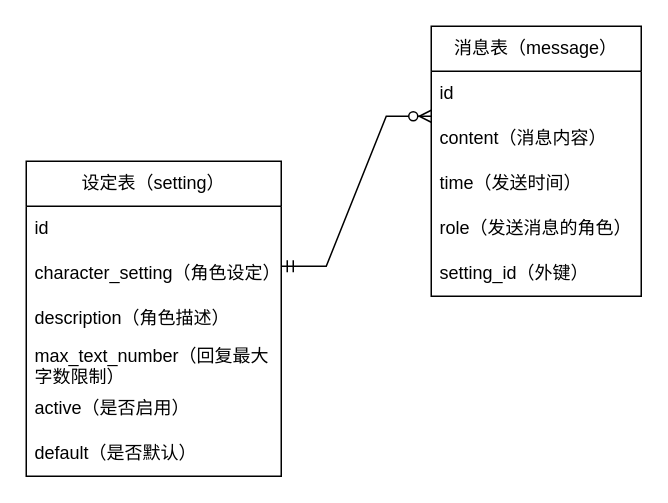
This is document/ER图.drawio from HHepan/chatbot, a draw.io file, before an edit. Source tidied: cells renumbered, new cells numbered last; positions are measured from the earlier drawing's top-left corner, leaving out a move shared by most shapes. Both pictures are drawn from the tidied source at 150%, with x=0, y=0 at pixel (26, 26).
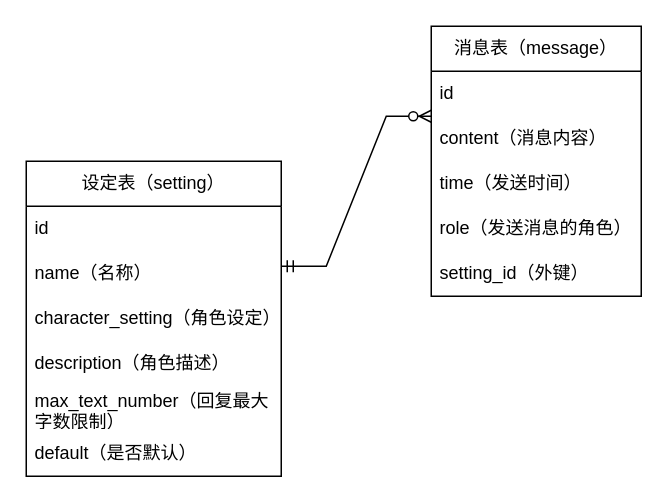
Above is the later version.

The edit, as a diff of the source:
```diff
@@
 <mxGraphModel>
   <root>
     <mxCell id="0" />
     <mxCell id="1" parent="0" />
     <mxCell id="2" value="消息表（message）" style="swimlane;fontStyle=0;horizontal=1;startSize=30;whiteSpace=wrap;html=1;" parent="1" vertex="1">
       <mxGeometry x="270" width="140" height="180" as="geometry" />
     </mxCell>
     <mxCell id="3" value="id" style="text;strokeColor=none;fillColor=none;align=left;verticalAlign=middle;spacingLeft=4;spacingRight=4;overflow=hidden;whiteSpace=wrap;html=1;" parent="2" vertex="1">
       <mxGeometry y="30" width="140" height="30" as="geometry" />
     </mxCell>
     <mxCell id="4" value="content（消息内容）" style="text;strokeColor=none;fillColor=none;align=left;verticalAlign=middle;spacingLeft=4;spacingRight=4;overflow=hidden;whiteSpace=wrap;html=1;" parent="2" vertex="1">
       <mxGeometry y="60" width="140" height="30" as="geometry" />
     </mxCell>
     <mxCell id="5" value="time（发送时间）" style="text;strokeColor=none;fillColor=none;align=left;verticalAlign=middle;spacingLeft=4;spacingRight=4;overflow=hidden;whiteSpace=wrap;html=1;" parent="2" vertex="1">
       <mxGeometry y="90" width="140" height="30" as="geometry" />
     </mxCell>
     <mxCell id="6" value="role（发送消息的角色）" style="text;strokeColor=none;fillColor=none;align=left;verticalAlign=middle;spacingLeft=4;spacingRight=4;overflow=hidden;whiteSpace=wrap;html=1;" parent="2" vertex="1">
       <mxGeometry y="120" width="140" height="30" as="geometry" />
     </mxCell>
     <mxCell id="7" value="setting_id（外键）" style="text;strokeColor=none;fillColor=none;align=left;verticalAlign=middle;spacingLeft=4;spacingRight=4;overflow=hidden;whiteSpace=wrap;html=1;" parent="2" vertex="1">
       <mxGeometry y="150" width="140" height="30" as="geometry" />
     </mxCell>
     <mxCell id="8" value="设定表（setting）" style="swimlane;fontStyle=0;horizontal=1;startSize=30;whiteSpace=wrap;html=1;" parent="1" vertex="1">
       <mxGeometry y="90" width="170" height="210" as="geometry" />
     </mxCell>
     <mxCell id="9" value="id" style="text;strokeColor=none;fillColor=none;align=left;verticalAlign=middle;spacingLeft=4;spacingRight=4;overflow=hidden;whiteSpace=wrap;html=1;" parent="8" vertex="1">
       <mxGeometry y="30" width="170" height="30" as="geometry" />
     </mxCell>
+    <mxCell id="16" value="name（名称）" style="text;strokeColor=none;fillColor=none;align=left;verticalAlign=middle;spacingLeft=4;spacingRight=4;overflow=hidden;whiteSpace=wrap;html=1;" parent="8" vertex="1">
+      <mxGeometry y="60" width="170" height="30" as="geometry" />
+    </mxCell>
     <mxCell id="10" value="&lt;div&gt;character_setting（角色设定）&lt;/div&gt;" style="text;strokeColor=none;fillColor=none;align=left;verticalAlign=middle;spacingLeft=4;spacingRight=4;overflow=hidden;whiteSpace=wrap;html=1;" parent="8" vertex="1">
-      <mxGeometry y="60" width="170" height="30" as="geometry" />
+      <mxGeometry y="90" width="170" height="30" as="geometry" />
     </mxCell>
     <mxCell id="11" value="&lt;div&gt;description（角色描述）&lt;/div&gt;" style="text;strokeColor=none;fillColor=none;align=left;verticalAlign=middle;spacingLeft=4;spacingRight=4;overflow=hidden;whiteSpace=wrap;html=1;" parent="8" vertex="1">
-      <mxGeometry y="90" width="170" height="30" as="geometry" />
+      <mxGeometry y="120" width="170" height="30" as="geometry" />
     </mxCell>
     <mxCell id="12" value="max_text_number（回复最大字数限制）" style="text;strokeColor=none;fillColor=none;align=left;verticalAlign=middle;spacingLeft=4;spacingRight=4;overflow=hidden;whiteSpace=wrap;html=1;" parent="8" vertex="1">
-      <mxGeometry y="120" width="170" height="30" as="geometry" />
+      <mxGeometry y="150" width="170" height="30" as="geometry" />
     </mxCell>
-    <mxCell id="13" value="active（是否启用）" style="text;strokeColor=none;fillColor=none;align=left;verticalAlign=middle;spacingLeft=4;spacingRight=4;overflow=hidden;whiteSpace=wrap;html=1;" parent="8" vertex="1">
-      <mxGeometry y="150" width="170" height="30" as="geometry" />
-    </mxCell>
     <mxCell id="14" value="default（是否默认）" style="text;strokeColor=none;fillColor=none;align=left;verticalAlign=middle;spacingLeft=4;spacingRight=4;overflow=hidden;whiteSpace=wrap;html=1;" parent="8" vertex="1">
       <mxGeometry y="180" width="170" height="30" as="geometry" />
     </mxCell>
     <mxCell id="15" style="edgeStyle=entityRelationEdgeStyle;fontSize=12;html=1;endArrow=ERzeroToMany;startArrow=ERmandOne;rounded=0;" parent="1" edge="1">
       <mxGeometry relative="1" as="geometry">
         <mxPoint x="170" y="160" as="sourcePoint" />
         <mxPoint x="270" y="60" as="targetPoint" />
       </mxGeometry>
     </mxCell>
   </root>
 </mxGraphModel>
```
